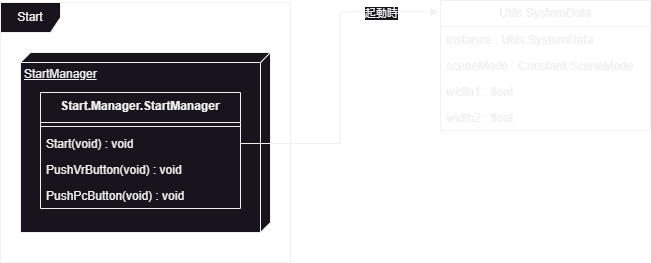
The draw.io diagram UML/UML.png in kobayashi1013/KITAKOU_VR, before a commit. Source tidied: cells renumbered, new cells last; positions are measured from the earlier drawing's top-left corner, leaving out a move shared by most shapes. Source of this version:
```xml
<mxGraphModel>
  <root>
    <mxCell id="0" />
    <mxCell id="1" parent="0" />
    <mxCell id="2" value="Start" style="shape=umlFrame;whiteSpace=wrap;html=1;" parent="1" vertex="1">
      <mxGeometry y="2" width="290" height="260" as="geometry" />
    </mxCell>
    <mxCell id="3" value="StartManager" style="verticalAlign=top;align=left;spacingTop=8;spacingLeft=2;spacingRight=12;shape=cube;size=10;direction=south;fontStyle=4;html=1;whiteSpace=wrap;" parent="1" vertex="1">
      <mxGeometry x="20" y="52" width="250" height="180" as="geometry" />
    </mxCell>
    <mxCell id="4" value="Start.Manager.&lt;span style=&quot;background-color: initial;&quot;&gt;StartManager&lt;/span&gt;" style="swimlane;fontStyle=1;align=center;verticalAlign=top;horizontal=1;startSize=30;whiteSpace=wrap;html=1;" parent="1" vertex="1">
      <mxGeometry x="40" y="92" width="200" height="116" as="geometry" />
    </mxCell>
    <mxCell id="5" style="line;strokeWidth=1;fillColor=none;align=left;verticalAlign=middle;spacingTop=-1;spacingLeft=3;spacingRight=3;labelPosition=right;strokeColor=inherit;" parent="4" vertex="1">
      <mxGeometry y="30" width="200" height="8" as="geometry" />
    </mxCell>
    <mxCell id="6" value="Start(void) : void" style="text;strokeColor=none;fillColor=none;align=left;verticalAlign=top;spacingLeft=4;spacingRight=4;overflow=hidden;points=[[0,0.5],[1,0.5]];portConstraint=eastwest;whiteSpace=wrap;html=1;" parent="4" vertex="1">
      <mxGeometry y="38" width="200" height="26" as="geometry" />
    </mxCell>
    <mxCell id="7" value="PushVrButton(void) : void" style="text;strokeColor=none;fillColor=none;align=left;verticalAlign=top;spacingLeft=4;spacingRight=4;overflow=hidden;points=[[0,0.5],[1,0.5]];portConstraint=eastwest;whiteSpace=wrap;html=1;" parent="4" vertex="1">
      <mxGeometry y="64" width="200" height="26" as="geometry" />
    </mxCell>
    <mxCell id="8" value="PushPcButton(void) : void" style="text;strokeColor=none;fillColor=none;align=left;verticalAlign=top;spacingLeft=4;spacingRight=4;overflow=hidden;points=[[0,0.5],[1,0.5]];portConstraint=eastwest;whiteSpace=wrap;html=1;" parent="4" vertex="1">
      <mxGeometry y="90" width="200" height="26" as="geometry" />
    </mxCell>
    <mxCell id="9" value="Utils.SystemData" style="swimlane;fontStyle=0;horizontal=1;startSize=26;fillColor=none;whiteSpace=wrap;html=1;" parent="1" vertex="1">
      <mxGeometry x="440" width="210" height="130" as="geometry" />
    </mxCell>
    <mxCell id="10" value="Instance : Utils.SystemData" style="text;strokeColor=none;fillColor=none;align=left;verticalAlign=top;spacingLeft=4;spacingRight=4;overflow=hidden;whiteSpace=wrap;html=1;" parent="9" vertex="1">
      <mxGeometry y="26" width="210" height="26" as="geometry" />
    </mxCell>
    <mxCell id="11" value="sceneMode : Constant.SceneMode" style="text;strokeColor=none;fillColor=none;align=left;verticalAlign=top;spacingLeft=4;spacingRight=4;overflow=hidden;whiteSpace=wrap;html=1;" parent="9" vertex="1">
      <mxGeometry y="52" width="210" height="26" as="geometry" />
    </mxCell>
    <mxCell id="12" value="width1 : float" style="text;strokeColor=none;fillColor=none;align=left;verticalAlign=top;spacingLeft=4;spacingRight=4;overflow=hidden;whiteSpace=wrap;html=1;" parent="9" vertex="1">
      <mxGeometry y="78" width="210" height="26" as="geometry" />
    </mxCell>
    <mxCell id="13" value="width2 : float" style="text;strokeColor=none;fillColor=none;align=left;verticalAlign=top;spacingLeft=4;spacingRight=4;overflow=hidden;whiteSpace=wrap;html=1;" parent="9" vertex="1">
      <mxGeometry y="104" width="210" height="26" as="geometry" />
    </mxCell>
    <mxCell id="14" style="edgeStyle=orthogonalEdgeStyle;rounded=0;jettySize=auto;html=1;entryX=-0.01;entryY=0.087;entryDx=0;entryDy=0;entryPerimeter=0;" parent="1" edge="1" source="6" target="9">
      <mxGeometry relative="1" as="geometry" />
    </mxCell>
    <mxCell id="15" value="起動時" style="edgeLabel;html=1;align=center;verticalAlign=middle;" parent="14" vertex="1">
      <mxGeometry x="0.65" y="-1" relative="1" as="geometry" />
    </mxCell>
  </root>
</mxGraphModel>
```
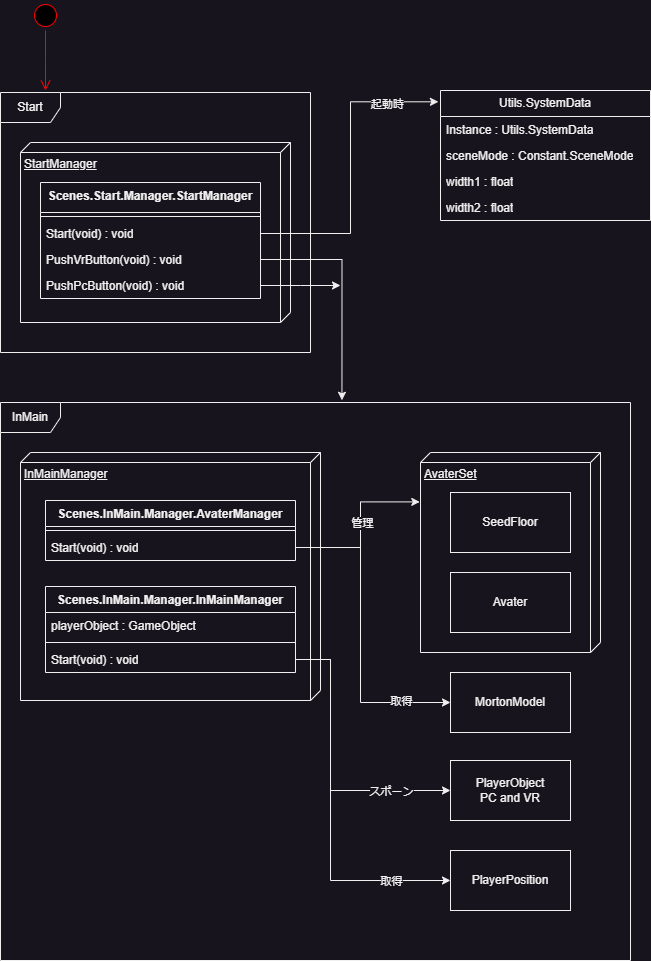
The same file after the commit.

Change to the diagram source:
```diff
@@ -1,29 +1,34 @@
 <mxGraphModel>
   <root>
-    <mxCell id="0" />
-    <mxCell id="1" parent="0" />
+    <mxCell id="16" />
+    <mxCell id="17" parent="16" />
-    <mxCell id="2" value="Start" style="shape=umlFrame;whiteSpace=wrap;html=1;" parent="1" vertex="1">
-      <mxGeometry y="2" width="290" height="260" as="geometry" />
+    <mxCell id="2" value="Start" style="shape=umlFrame;whiteSpace=wrap;html=1;" parent="17" vertex="1">
+      <mxGeometry y="2" width="310" height="260" as="geometry" />
     </mxCell>
-    <mxCell id="3" value="StartManager" style="verticalAlign=top;align=left;spacingTop=8;spacingLeft=2;spacingRight=12;shape=cube;size=10;direction=south;fontStyle=4;html=1;whiteSpace=wrap;" parent="1" vertex="1">
-      <mxGeometry x="20" y="52" width="250" height="180" as="geometry" />
+    <mxCell id="3" value="StartManager" style="verticalAlign=top;align=left;spacingTop=8;spacingLeft=2;spacingRight=12;shape=cube;size=10;direction=south;fontStyle=4;html=1;whiteSpace=wrap;" parent="17" vertex="1">
+      <mxGeometry x="20" y="52" width="270" height="180" as="geometry" />
     </mxCell>
-    <mxCell id="4" value="Start.Manager.&lt;span style=&quot;background-color: initial;&quot;&gt;StartManager&lt;/span&gt;" style="swimlane;fontStyle=1;align=center;verticalAlign=top;horizontal=1;startSize=30;whiteSpace=wrap;html=1;" parent="1" vertex="1">
-      <mxGeometry x="40" y="92" width="200" height="116" as="geometry" />
-    </mxCell>
-    <mxCell id="5" style="line;strokeWidth=1;fillColor=none;align=left;verticalAlign=middle;spacingTop=-1;spacingLeft=3;spacingRight=3;labelPosition=right;strokeColor=inherit;" parent="4" vertex="1">
-      <mxGeometry y="30" width="200" height="8" as="geometry" />
-    </mxCell>
-    <mxCell id="6" value="Start(void) : void" style="text;strokeColor=none;fillColor=none;align=left;verticalAlign=top;spacingLeft=4;spacingRight=4;overflow=hidden;points=[[0,0.5],[1,0.5]];portConstraint=eastwest;whiteSpace=wrap;html=1;" parent="4" vertex="1">
-      <mxGeometry y="38" width="200" height="26" as="geometry" />
-    </mxCell>
+    <mxCell id="18" value="Scenes.Start.Manager.&lt;span style=&quot;background-color: initial;&quot;&gt;StartManager&lt;/span&gt;" style="swimlane;fontStyle=1;align=center;verticalAlign=top;horizontal=1;startSize=30;whiteSpace=wrap;html=1;" parent="17" vertex="1">
+      <mxGeometry x="40" y="92" width="220" height="116" as="geometry" />
+    </mxCell>
+    <mxCell id="19" style="line;strokeWidth=1;fillColor=none;align=left;verticalAlign=middle;spacingTop=-1;spacingLeft=3;spacingRight=3;labelPosition=right;strokeColor=inherit;" parent="18" vertex="1">
+      <mxGeometry y="30" width="220" height="8" as="geometry" />
+    </mxCell>
+    <mxCell id="20" value="Start(void) : void" style="text;strokeColor=none;fillColor=none;align=left;verticalAlign=top;spacingLeft=4;spacingRight=4;overflow=hidden;points=[[0,0.5],[1,0.5]];portConstraint=eastwest;whiteSpace=wrap;html=1;" parent="18" vertex="1">
+      <mxGeometry y="38" width="220" height="26" as="geometry" />
+    </mxCell>
-    <mxCell id="7" value="PushVrButton(void) : void" style="text;strokeColor=none;fillColor=none;align=left;verticalAlign=top;spacingLeft=4;spacingRight=4;overflow=hidden;points=[[0,0.5],[1,0.5]];portConstraint=eastwest;whiteSpace=wrap;html=1;" parent="4" vertex="1">
-      <mxGeometry y="64" width="200" height="26" as="geometry" />
+    <mxCell id="7" value="PushVrButton(void) : void" style="text;strokeColor=none;fillColor=none;align=left;verticalAlign=top;spacingLeft=4;spacingRight=4;overflow=hidden;points=[[0,0.5],[1,0.5]];portConstraint=eastwest;whiteSpace=wrap;html=1;" parent="18" vertex="1">
+      <mxGeometry y="64" width="220" height="26" as="geometry" />
     </mxCell>
+    <mxCell id="21" style="edgeStyle=orthogonalEdgeStyle;rounded=0;jettySize=auto;html=1;exitX=1;exitY=0.5;exitDx=0;exitDy=0;" parent="18" edge="1" source="8">
+      <mxGeometry relative="1" as="geometry">
+        <mxPoint x="300" y="103" as="targetPoint" />
+      </mxGeometry>
+    </mxCell>
-    <mxCell id="8" value="PushPcButton(void) : void" style="text;strokeColor=none;fillColor=none;align=left;verticalAlign=top;spacingLeft=4;spacingRight=4;overflow=hidden;points=[[0,0.5],[1,0.5]];portConstraint=eastwest;whiteSpace=wrap;html=1;" parent="4" vertex="1">
-      <mxGeometry y="90" width="200" height="26" as="geometry" />
+    <mxCell id="8" value="PushPcButton(void) : void" style="text;strokeColor=none;fillColor=none;align=left;verticalAlign=top;spacingLeft=4;spacingRight=4;overflow=hidden;points=[[0,0.5],[1,0.5]];portConstraint=eastwest;whiteSpace=wrap;html=1;" parent="18" vertex="1">
+      <mxGeometry y="90" width="220" height="26" as="geometry" />
     </mxCell>
-    <mxCell id="9" value="Utils.SystemData" style="swimlane;fontStyle=0;horizontal=1;startSize=26;fillColor=none;whiteSpace=wrap;html=1;" parent="1" vertex="1">
+    <mxCell id="9" value="Utils.SystemData" style="swimlane;fontStyle=0;horizontal=1;startSize=26;fillColor=none;whiteSpace=wrap;html=1;" parent="17" vertex="1">
       <mxGeometry x="440" width="210" height="130" as="geometry" />
     </mxCell>
     <mxCell id="10" value="Instance : Utils.SystemData" style="text;strokeColor=none;fillColor=none;align=left;verticalAlign=top;spacingLeft=4;spacingRight=4;overflow=hidden;whiteSpace=wrap;html=1;" parent="9" vertex="1">
@@ -38,11 +43,122 @@
     <mxCell id="13" value="width2 : float" style="text;strokeColor=none;fillColor=none;align=left;verticalAlign=top;spacingLeft=4;spacingRight=4;overflow=hidden;whiteSpace=wrap;html=1;" parent="9" vertex="1">
       <mxGeometry y="104" width="210" height="26" as="geometry" />
     </mxCell>
-    <mxCell id="14" style="edgeStyle=orthogonalEdgeStyle;rounded=0;jettySize=auto;html=1;entryX=-0.01;entryY=0.087;entryDx=0;entryDy=0;entryPerimeter=0;" parent="1" edge="1" source="6" target="9">
-      <mxGeometry relative="1" as="geometry" />
-    </mxCell>
+    <mxCell id="22" style="edgeStyle=orthogonalEdgeStyle;rounded=0;jettySize=auto;html=1;entryX=-0.01;entryY=0.087;entryDx=0;entryDy=0;entryPerimeter=0;" parent="17" edge="1" source="20" target="9">
+      <mxGeometry relative="1" as="geometry" />
+    </mxCell>
+    <mxCell id="23" value="Boot" style="edgeLabel;html=1;align=center;verticalAlign=middle;" parent="22" vertex="1">
+      <mxGeometry x="0.65" y="-1" relative="1" as="geometry" />
+    </mxCell>
-    <mxCell id="15" value="起動時" style="edgeLabel;html=1;align=center;verticalAlign=middle;" parent="14" vertex="1">
-      <mxGeometry x="0.65" y="-1" relative="1" as="geometry" />
+    <mxCell id="15" value="起動時" style="edgeLabel;html=1;align=center;verticalAlign=middle;" parent="22" vertex="1">
+      <mxGeometry x="0.67" y="-2" relative="1" as="geometry" />
     </mxCell>
+    <mxCell id="24" value="InMain" style="shape=umlFrame;whiteSpace=wrap;html=1;" parent="17" vertex="1">
+      <mxGeometry y="312" width="630" height="558" as="geometry" />
+    </mxCell>
+    <mxCell id="25" value="InMainManager" style="verticalAlign=top;align=left;spacingTop=8;spacingLeft=2;spacingRight=12;shape=cube;size=10;direction=south;fontStyle=4;html=1;whiteSpace=wrap;" parent="17" vertex="1">
+      <mxGeometry x="20" y="362" width="300" height="248" as="geometry" />
+    </mxCell>
+    <mxCell id="26" value="Scenes.InMain.Manager.InMainManager" style="swimlane;fontStyle=1;align=center;verticalAlign=top;horizontal=1;startSize=26;whiteSpace=wrap;html=1;" parent="17" vertex="1">
+      <mxGeometry x="45" y="496" width="250" height="86" as="geometry" />
+    </mxCell>
+    <mxCell id="27" value="playerObject : GameObject" style="text;strokeColor=none;fillColor=none;align=left;verticalAlign=top;spacingLeft=4;spacingRight=4;overflow=hidden;whiteSpace=wrap;html=1;" parent="26" vertex="1">
+      <mxGeometry y="26" width="250" height="26" as="geometry" />
+    </mxCell>
+    <mxCell id="28" style="line;strokeWidth=1;fillColor=none;align=left;verticalAlign=middle;spacingTop=-1;spacingLeft=3;spacingRight=3;labelPosition=right;strokeColor=inherit;" parent="26" vertex="1">
+      <mxGeometry y="52" width="250" height="8" as="geometry" />
+    </mxCell>
+    <mxCell id="29" value="Start(void) : void" style="text;strokeColor=none;fillColor=none;align=left;verticalAlign=top;spacingLeft=4;spacingRight=4;overflow=hidden;points=[[0,0.5],[1,0.5]];portConstraint=eastwest;whiteSpace=wrap;html=1;" parent="26" vertex="1">
+      <mxGeometry y="60" width="250" height="26" as="geometry" />
+    </mxCell>
+    <mxCell id="30" style="edgeStyle=orthogonalEdgeStyle;rounded=0;jettySize=auto;html=1;exitX=1;exitY=0.5;exitDx=0;exitDy=0;entryX=0.542;entryY=-0.004;entryDx=0;entryDy=0;entryPerimeter=0;" parent="17" edge="1" source="7" target="24">
+      <mxGeometry relative="1" as="geometry" />
+    </mxCell>
+    <mxCell id="31" value="Scenes.InMain.Manager.AvaterManager" style="swimlane;fontStyle=1;align=center;verticalAlign=top;horizontal=1;startSize=26;whiteSpace=wrap;html=1;" parent="17" vertex="1">
+      <mxGeometry x="45" y="410" width="250" height="60" as="geometry" />
+    </mxCell>
+    <mxCell id="32" style="line;strokeWidth=1;fillColor=none;align=left;verticalAlign=middle;spacingTop=-1;spacingLeft=3;spacingRight=3;labelPosition=right;strokeColor=inherit;" parent="31" vertex="1">
+      <mxGeometry y="26" width="250" height="8" as="geometry" />
+    </mxCell>
+    <mxCell id="33" value="Start(void) : void" style="text;strokeColor=none;fillColor=none;align=left;verticalAlign=top;spacingLeft=4;spacingRight=4;overflow=hidden;points=[[0,0.5],[1,0.5]];portConstraint=eastwest;whiteSpace=wrap;html=1;" parent="31" vertex="1">
+      <mxGeometry y="34" width="250" height="26" as="geometry" />
+    </mxCell>
+    <mxCell id="34" value="AvaterSet" style="verticalAlign=top;align=left;spacingTop=8;spacingLeft=2;spacingRight=12;shape=cube;size=10;direction=south;fontStyle=4;html=1;whiteSpace=wrap;" parent="17" vertex="1">
+      <mxGeometry x="420" y="362" width="180" height="200" as="geometry" />
+    </mxCell>
+    <mxCell id="35" value="SeedFloor" style="rounded=0;whiteSpace=wrap;html=1;" parent="17" vertex="1">
+      <mxGeometry x="450" y="402" width="120" height="60" as="geometry" />
+    </mxCell>
+    <mxCell id="36" value="Avater" style="rounded=0;whiteSpace=wrap;html=1;" parent="17" vertex="1">
+      <mxGeometry x="450" y="482" width="120" height="60" as="geometry" />
+    </mxCell>
+    <mxCell id="37" style="ellipse;html=1;shape=startState;fillColor=#000000;strokeColor=#ff0000;" parent="17" vertex="1">
+      <mxGeometry x="30" y="-90" width="30" height="30" as="geometry" />
+    </mxCell>
+    <mxCell id="38" style="edgeStyle=orthogonalEdgeStyle;html=1;verticalAlign=bottom;endArrow=open;endSize=8;strokeColor=#ff0000;rounded=0;" parent="17" edge="1" source="37">
+      <mxGeometry relative="1" as="geometry">
+        <mxPoint x="45" as="targetPoint" />
+      </mxGeometry>
+    </mxCell>
+    <mxCell id="39" value="MortonModel" style="rounded=0;whiteSpace=wrap;html=1;" parent="17" vertex="1">
+      <mxGeometry x="450" y="582" width="120" height="60" as="geometry" />
+    </mxCell>
+    <mxCell id="40" style="edgeStyle=orthogonalEdgeStyle;rounded=0;jettySize=auto;html=1;exitX=1;exitY=0.5;exitDx=0;exitDy=0;entryX=0;entryY=0.5;entryDx=0;entryDy=0;" parent="17" edge="1" source="33" target="39">
+      <mxGeometry relative="1" as="geometry">
+        <Array as="points">
+          <mxPoint x="360" y="457" />
+          <mxPoint x="360" y="612" />
+        </Array>
+      </mxGeometry>
+    </mxCell>
+    <mxCell id="41" value="取得" style="edgeLabel;html=1;align=center;verticalAlign=middle;" parent="40" vertex="1">
+      <mxGeometry x="0.4" y="-2" relative="1" as="geometry">
+        <mxPoint x="42" y="2" as="offset" />
+      </mxGeometry>
+    </mxCell>
+    <mxCell id="42" value="PlayerObject&lt;div&gt;PC and VR&lt;/div&gt;" style="rounded=0;whiteSpace=wrap;html=1;" parent="17" vertex="1">
+      <mxGeometry x="450" y="670" width="120" height="60" as="geometry" />
+    </mxCell>
+    <mxCell id="43" style="edgeStyle=orthogonalEdgeStyle;rounded=0;jettySize=auto;html=1;exitX=1;exitY=0.5;exitDx=0;exitDy=0;entryX=0;entryY=0.5;entryDx=0;entryDy=0;" parent="17" edge="1" source="29" target="42">
+      <mxGeometry relative="1" as="geometry">
+        <Array as="points">
+          <mxPoint x="330" y="569" />
+          <mxPoint x="330" y="700" />
+        </Array>
+      </mxGeometry>
+    </mxCell>
+    <mxCell id="44" value="スポーン" style="edgeLabel;html=1;align=center;verticalAlign=middle;" parent="43" vertex="1">
+      <mxGeometry x="0.6" relative="1" as="geometry">
+        <mxPoint x="-3" as="offset" />
+      </mxGeometry>
+    </mxCell>
+    <mxCell id="45" value="PlayerPosition" style="rounded=0;whiteSpace=wrap;html=1;" parent="17" vertex="1">
+      <mxGeometry x="450" y="760" width="120" height="60" as="geometry" />
+    </mxCell>
+    <mxCell id="46" style="edgeStyle=orthogonalEdgeStyle;rounded=0;jettySize=auto;html=1;exitX=1;exitY=0.5;exitDx=0;exitDy=0;entryX=0;entryY=0.5;entryDx=0;entryDy=0;" parent="17" edge="1" source="29" target="45">
+      <mxGeometry relative="1" as="geometry">
+        <Array as="points">
+          <mxPoint x="330" y="569" />
+          <mxPoint x="330" y="790" />
+        </Array>
+      </mxGeometry>
+    </mxCell>
+    <mxCell id="47" value="取得" style="edgeLabel;html=1;align=center;verticalAlign=middle;" parent="46" vertex="1">
+      <mxGeometry x="0.62" relative="1" as="geometry">
+        <mxPoint x="11" as="offset" />
+      </mxGeometry>
+    </mxCell>
+    <mxCell id="48" style="edgeStyle=orthogonalEdgeStyle;rounded=0;jettySize=auto;html=1;exitX=1;exitY=0.5;exitDx=0;exitDy=0;entryX=0.247;entryY=1.004;entryDx=0;entryDy=0;entryPerimeter=0;" parent="17" edge="1" source="33" target="34">
+      <mxGeometry relative="1" as="geometry">
+        <Array as="points">
+          <mxPoint x="360" y="457" />
+          <mxPoint x="360" y="411" />
+        </Array>
+      </mxGeometry>
+    </mxCell>
+    <mxCell id="49" value="管理" style="edgeLabel;html=1;align=center;verticalAlign=middle;" parent="48" vertex="1">
+      <mxGeometry x="0.22" y="-1" relative="1" as="geometry">
+        <mxPoint y="14" as="offset" />
+      </mxGeometry>
+    </mxCell>
   </root>
 </mxGraphModel>
```
